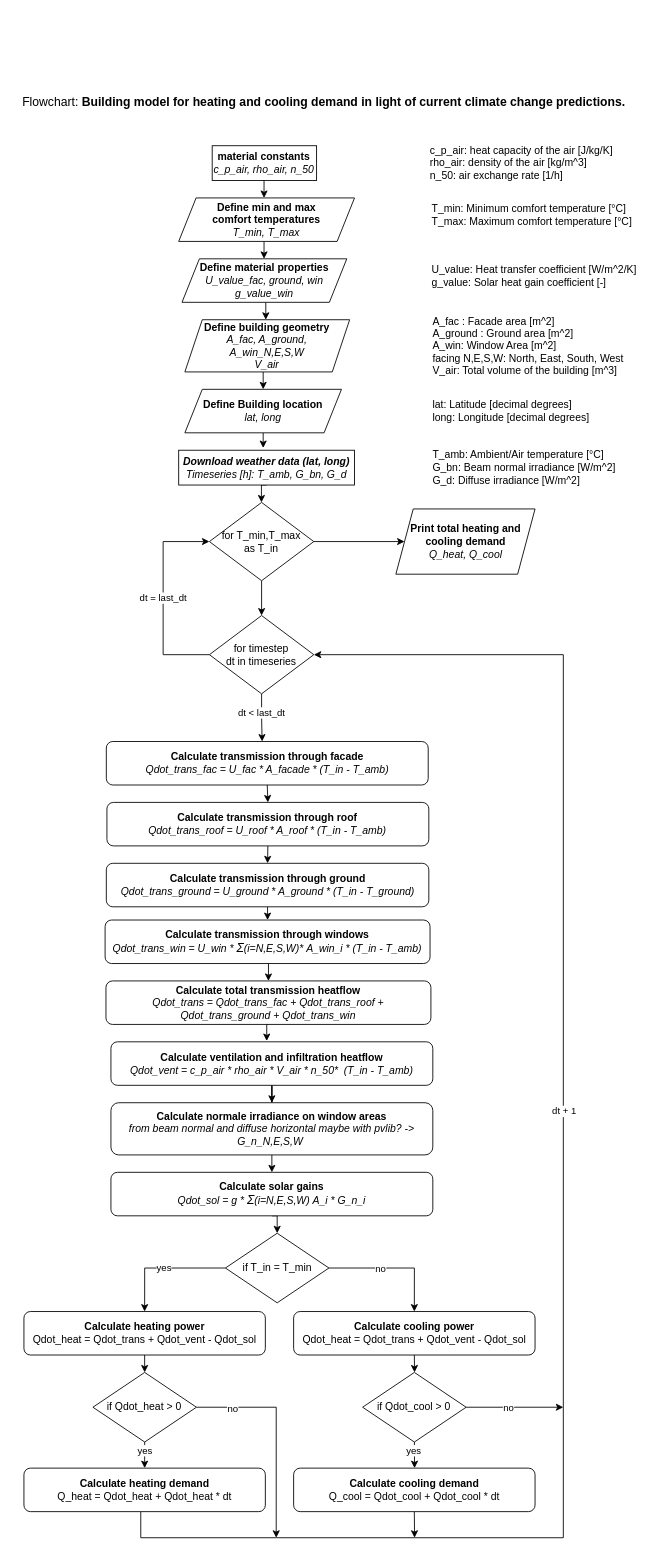
Earlier version of the draw.io diagram docs/flowchart.drawio (Taubenstrohhalm/HeatingDemand). Source tidied: cells renumbered, new cells numbered last; positions are measured from the earlier drawing's top-left corner, leaving out a move shared by most shapes. Both pictures are drawn from the tidied source at 87%, with x=0, y=0 at pixel (15, 93).
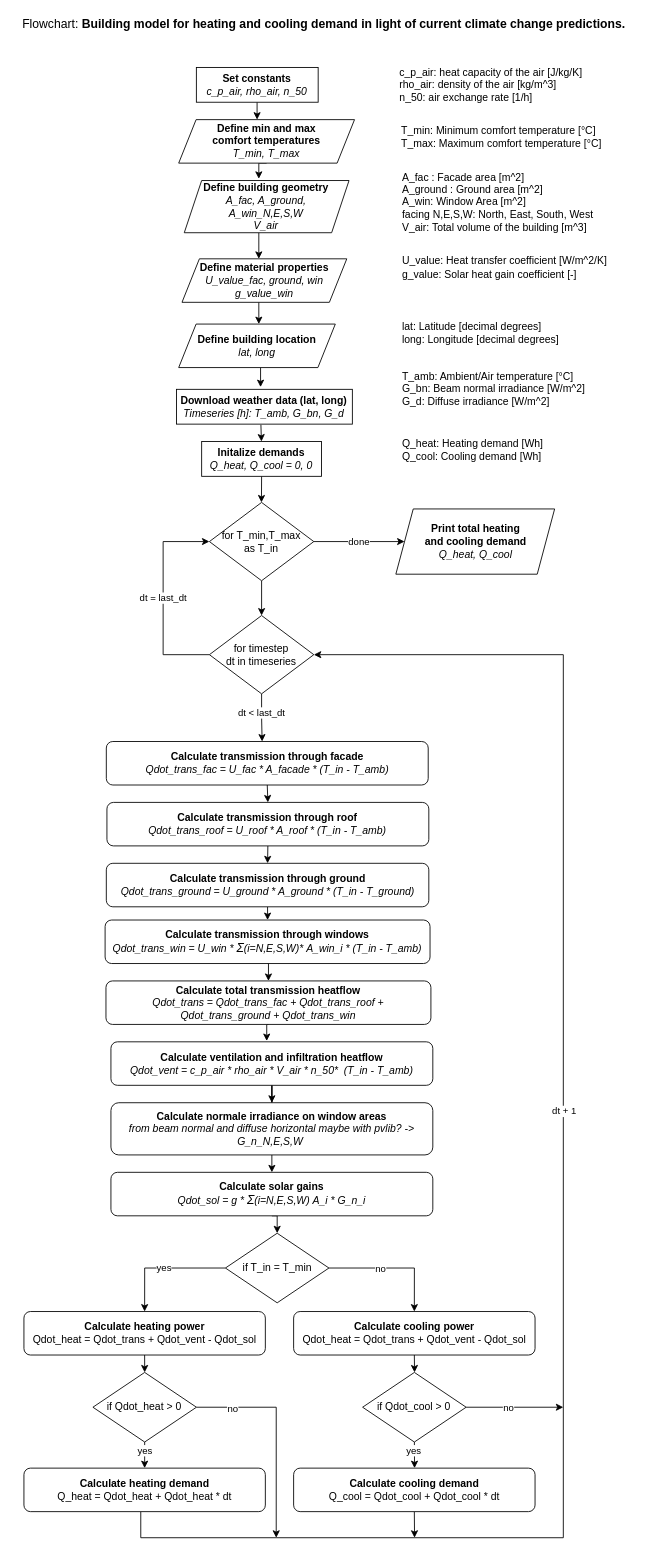
After the change.

Commit message (it also covers changes not shown here):
add: initialization of variables

Unchanged cells that the change refers to:
```xml
<mxCell id="9" value="&lt;b&gt;Define material properties&lt;/b&gt;&lt;br&gt;&lt;i&gt;U_value_fac, ground, win&lt;br&gt;g_value_win&lt;/i&gt;" style="shape=parallelogram;perimeter=parallelogramPerimeter;whiteSpace=wrap;html=1;fixedSize=1;" parent="1" vertex="1">
  <mxGeometry x="191.7" y="190" width="189.4" height="50" as="geometry" />
</mxCell>
<mxCell id="30" value="for T_min,T_max&lt;br&gt;as T_in" style="rhombus;whiteSpace=wrap;html=1;" parent="1" vertex="1">
  <mxGeometry x="223.2" y="470" width="120" height="90" as="geometry" />
</mxCell>
```

What changed in the source:
```diff
@@
-    <mxCell id="2" style="edgeStyle=elbowEdgeStyle;rounded=0;jumpStyle=arc;jumpSize=8;jettySize=auto;html=1;exitX=0.5;exitY=1;exitDx=0;exitDy=0;entryX=0.5;entryY=0;entryDx=0;entryDy=0;" parent="1" edge="1" source="3" target="30">
-      <mxGeometry relative="1" as="geometry">
-        <Array as="points">
-          <mxPoint x="283" y="460" />
-        </Array>
-      </mxGeometry>
-    </mxCell>
+    <mxCell id="67" style="edgeStyle=elbowEdgeStyle;rounded=0;jumpStyle=arc;jumpSize=8;jettySize=auto;html=1;exitX=0.48;exitY=1.018;exitDx=0;exitDy=0;entryX=0.5;entryY=0;entryDx=0;entryDy=0;exitPerimeter=0;" parent="1" edge="1" source="3" target="72">
+      <mxGeometry relative="1" as="geometry">
+        <Array as="points">
+          <mxPoint x="283" y="380" />
+        </Array>
+      </mxGeometry>
+    </mxCell>
-    <mxCell id="3" value="&lt;i&gt;&lt;b&gt;Download weather data (lat, long)&lt;/b&gt;&lt;br&gt;Timeseries [h]: T_amb, G_bn, G_d&lt;/i&gt;" style="rounded=0;whiteSpace=wrap;html=1;fontSize=12;glass=0;strokeWidth=1;shadow=0;" parent="1" vertex="1">
-      <mxGeometry x="187.9" y="410" width="202.1" height="40" as="geometry" />
+    <mxCell id="3" value="&lt;b&gt;Download weather data (lat, long)&lt;/b&gt;&lt;br&gt;&lt;i&gt;Timeseries [h]: T_amb, G_bn, G_d&lt;/i&gt;" style="rounded=0;whiteSpace=wrap;html=1;fontSize=12;glass=0;strokeWidth=1;shadow=0;" parent="1" vertex="1">
+      <mxGeometry x="185.4" y="340" width="202.1" height="40" as="geometry" />
     </mxCell>
     <mxCell id="4" style="edgeStyle=elbowEdgeStyle;rounded=0;jumpStyle=arc;jumpSize=8;jettySize=auto;html=1;entryX=0.48;entryY=-0.064;entryDx=0;entryDy=0;entryPerimeter=0;" parent="1" edge="1" source="5" target="3">
-      <mxGeometry relative="1" as="geometry" />
+      <mxGeometry relative="1" as="geometry">
+        <Array as="points">
+          <mxPoint x="282" y="310" />
+          <mxPoint x="290" y="310" />
+          <mxPoint x="276" y="317" />
+        </Array>
+      </mxGeometry>
     </mxCell>
-    <mxCell id="5" value="&lt;b&gt;Define Building location&lt;br&gt;&lt;/b&gt;&lt;i&gt;lat, long&lt;/i&gt;" style="shape=parallelogram;perimeter=parallelogramPerimeter;whiteSpace=wrap;html=1;fixedSize=1;" parent="1" vertex="1">
-      <mxGeometry x="195" y="340" width="180" height="50" as="geometry" />
+    <mxCell id="5" value="&lt;b&gt;Define building location&lt;br&gt;&lt;/b&gt;&lt;i&gt;lat, long&lt;/i&gt;" style="shape=parallelogram;perimeter=parallelogramPerimeter;whiteSpace=wrap;html=1;fixedSize=1;" parent="1" vertex="1">
+      <mxGeometry x="187.9" y="265" width="180" height="50" as="geometry" />
     </mxCell>
-    <mxCell id="6" style="edgeStyle=elbowEdgeStyle;rounded=0;jumpStyle=arc;jumpSize=8;jettySize=auto;html=1;" parent="1" edge="1" source="7" target="5">
-      <mxGeometry relative="1" as="geometry" />
-    </mxCell>
+    <mxCell id="68" style="edgeStyle=elbowEdgeStyle;rounded=0;jumpStyle=arc;jumpSize=8;jettySize=auto;html=1;" parent="1" edge="1" source="7" target="9">
+      <mxGeometry relative="1" as="geometry">
+        <Array as="points">
+          <mxPoint x="280" y="170" />
+        </Array>
+      </mxGeometry>
+    </mxCell>
     <mxCell id="7" value="&lt;b&gt;Define building geometry&lt;/b&gt;&lt;br&gt;&lt;i&gt;A_fac, A_ground, &lt;br&gt;A_win_N,E,S,W&lt;br&gt;V_air&lt;br&gt;&lt;/i&gt;" style="shape=parallelogram;perimeter=parallelogramPerimeter;whiteSpace=wrap;html=1;fixedSize=1;" parent="1" vertex="1">
-      <mxGeometry x="195" y="260" width="189.4" height="60" as="geometry" />
+      <mxGeometry x="194.3" y="100" width="189.4" height="60" as="geometry" />
     </mxCell>
-    <mxCell id="8" style="edgeStyle=elbowEdgeStyle;rounded=0;jumpStyle=arc;jumpSize=8;jettySize=auto;html=1;" parent="1" edge="1" source="9" target="7">
-      <mxGeometry relative="1" as="geometry" />
-    </mxCell>
+    <mxCell id="69" style="edgeStyle=elbowEdgeStyle;rounded=0;jumpStyle=arc;jumpSize=8;jettySize=auto;html=1;" parent="1" edge="1" source="9" target="5">
+      <mxGeometry relative="1" as="geometry" />
+    </mxCell>
@@
-    <mxCell id="20" style="edgeStyle=elbowEdgeStyle;rounded=0;jumpStyle=arc;jumpSize=8;jettySize=auto;html=1;" parent="1" edge="1" source="21" target="9">
-      <mxGeometry relative="1" as="geometry" />
-    </mxCell>
+    <mxCell id="70" style="edgeStyle=elbowEdgeStyle;rounded=0;jumpStyle=arc;jumpSize=8;jettySize=auto;html=1;exitX=0.5;exitY=1;exitDx=0;exitDy=0;" parent="1" edge="1" source="21">
+      <mxGeometry relative="1" as="geometry">
+        <mxPoint x="280" y="98" as="targetPoint" />
+        <Array as="points">
+          <mxPoint x="280" y="90" />
+        </Array>
+      </mxGeometry>
+    </mxCell>
     <mxCell id="21" value="&lt;b&gt;Define min and max &lt;br&gt;comfort temperatures&lt;br&gt;&lt;/b&gt;&lt;i&gt;T_min, T_max&lt;/i&gt;" style="shape=parallelogram;perimeter=parallelogramPerimeter;whiteSpace=wrap;html=1;fixedSize=1;" parent="1" vertex="1">
-      <mxGeometry x="187.9" y="120" width="202.1" height="50" as="geometry" />
+      <mxGeometry x="187.9" y="30" width="202.1" height="50" as="geometry" />
     </mxCell>
@@
-    <mxCell id="28" style="edgeStyle=orthogonalEdgeStyle;rounded=0;jettySize=auto;html=1;exitX=1;exitY=0.5;exitDx=0;exitDy=0;entryX=0;entryY=0.5;entryDx=0;entryDy=0;" parent="1" edge="1" source="30" target="31">
+    <mxCell id="28" value="done" style="edgeStyle=orthogonalEdgeStyle;rounded=0;jettySize=auto;html=1;exitX=1;exitY=0.5;exitDx=0;exitDy=0;entryX=0;entryY=0.5;entryDx=0;entryDy=0;" parent="1" edge="1" source="30" target="31">
       <mxGeometry relative="1" as="geometry" />
     </mxCell>
@@
-    <mxCell id="31" value="&lt;b&gt;Print total heating and cooling demand&lt;/b&gt;&lt;br&gt;&lt;i&gt;Q_heat, Q_cool&lt;/i&gt;" style="shape=parallelogram;perimeter=parallelogramPerimeter;whiteSpace=wrap;html=1;fixedSize=1;" parent="1" vertex="1">
-      <mxGeometry x="437.5" y="477.5" width="160" height="75" as="geometry" />
+    <mxCell id="31" value="&lt;b&gt;Print total heating &lt;br&gt;and cooling demand&lt;/b&gt;&lt;br&gt;&lt;i&gt;Q_heat, Q_cool&lt;/i&gt;" style="shape=parallelogram;perimeter=parallelogramPerimeter;whiteSpace=wrap;html=1;fixedSize=1;" parent="1" vertex="1">
+      <mxGeometry x="437.5" y="477.5" width="182.5" height="75" as="geometry" />
     </mxCell>
@@
-    <mxCell id="42" value="&lt;b&gt;material constants&lt;br&gt;&lt;/b&gt;&lt;i&gt;c_p_air, rho_air, n_50&lt;/i&gt;" style="rounded=0;whiteSpace=wrap;html=1;" parent="1" vertex="1">
-      <mxGeometry x="226.4" y="60" width="120" height="40" as="geometry" />
+    <mxCell id="42" value="&lt;b&gt;Set constants&lt;br&gt;&lt;/b&gt;&lt;i&gt;c_p_air, rho_air, n_50&lt;/i&gt;" style="rounded=0;whiteSpace=wrap;html=1;" parent="1" vertex="1">
+      <mxGeometry x="208.2" y="-30" width="140" height="40" as="geometry" />
     </mxCell>
@@
     <mxCell id="60" value="&lt;span&gt;A_fac : Facade area [m^2]&lt;/span&gt;&lt;br&gt;A_ground : Ground area [m^2]&lt;br&gt;A_win: Window Area [m^2]&lt;br&gt;facing N,E,S,W: North, East, South, West&lt;br&gt;V_air: Total volume of the building [m^3]" style="text;html=1;strokeColor=none;fillColor=none;align=left;verticalAlign=middle;whiteSpace=wrap;rounded=0;" parent="1" vertex="1">
-      <mxGeometry x="477.9" y="255" width="235.5" height="70" as="geometry" />
+      <mxGeometry x="443.2" y="90" width="235.5" height="70" as="geometry" />
     </mxCell>
     <mxCell id="61" value="lat: Latitude [decimal degrees]&lt;br&gt;long: Longitude [decimal degrees]" style="text;html=1;strokeColor=none;fillColor=none;align=left;verticalAlign=middle;whiteSpace=wrap;rounded=0;" parent="1" vertex="1">
-      <mxGeometry x="477.9" y="355" width="212.1" height="20" as="geometry" />
+      <mxGeometry x="443.2" y="265" width="212.1" height="20" as="geometry" />
     </mxCell>
     <mxCell id="62" value="T_amb: Ambient/Air temperature [°C] G_bn: Beam normal irradiance [W/m^2]&lt;br&gt;G_d: Diffuse irradiance [W/m^2]" style="text;html=1;strokeColor=none;fillColor=none;align=left;verticalAlign=middle;whiteSpace=wrap;rounded=0;" parent="1" vertex="1">
-      <mxGeometry x="477.9" y="410" width="215.5" height="40" as="geometry" />
+      <mxGeometry x="443.2" y="320" width="215.5" height="40" as="geometry" />
     </mxCell>
     <mxCell id="63" value="&lt;span&gt;c_p_air: heat capacity of the air [J/kg/K]&lt;/span&gt;&lt;br&gt;rho_air: density of the air [kg/m^3]&lt;br&gt;n_50: air exchange rate [1/h]" style="text;html=1;strokeColor=none;fillColor=none;align=left;verticalAlign=middle;whiteSpace=wrap;rounded=0;" parent="1" vertex="1">
-      <mxGeometry x="474.7" y="60" width="235.5" height="40" as="geometry" />
+      <mxGeometry x="440" y="-30" width="235.5" height="40" as="geometry" />
     </mxCell>
     <mxCell id="64" value="T_min: Minimum comfort temperature [°C]&lt;br&gt;T_max: Maximum comfort temperature [°C]" style="text;html=1;strokeColor=none;fillColor=none;align=left;verticalAlign=middle;whiteSpace=wrap;rounded=0;" parent="1" vertex="1">
-      <mxGeometry x="476.9" y="120" width="235.5" height="40" as="geometry" />
+      <mxGeometry x="442.2" y="30" width="235.5" height="40" as="geometry" />
     </mxCell>
     <mxCell id="65" value="U_value: Heat transfer coefficient [W/m^2/K]&lt;br&gt;g_value: Solar heat gain coefficient [-]" style="text;html=1;strokeColor=none;fillColor=none;align=left;verticalAlign=middle;whiteSpace=wrap;rounded=0;" parent="1" vertex="1">
-      <mxGeometry x="476.9" y="190" width="253.1" height="40" as="geometry" />
+      <mxGeometry x="443.2" y="180" width="253.1" height="40" as="geometry" />
     </mxCell>
     <mxCell id="66" value="&lt;div style=&quot;text-align: left&quot;&gt;&lt;span style=&quot;font-size: 14px&quot;&gt;Flowchart:&amp;nbsp;&lt;/span&gt;&lt;b style=&quot;font-size: 14px&quot;&gt;Building model for heating and cooling demand&amp;nbsp;in light of current climate change predictions.&lt;/b&gt;&lt;/div&gt;" style="text;html=1;strokeColor=none;fillColor=none;align=center;verticalAlign=middle;whiteSpace=wrap;rounded=0;" parent="1" vertex="1">
-      <mxGeometry width="710" height="20" as="geometry" />
+      <mxGeometry y="-90" width="710" height="20" as="geometry" />
     </mxCell>
+    <mxCell id="71" style="edgeStyle=elbowEdgeStyle;rounded=0;jumpStyle=arc;jumpSize=8;jettySize=auto;html=1;exitX=0.5;exitY=1;exitDx=0;exitDy=0;entryX=0.5;entryY=0;entryDx=0;entryDy=0;" parent="1" edge="1" source="72" target="30">
+      <mxGeometry relative="1" as="geometry">
+        <Array as="points">
+          <mxPoint x="283" y="450" />
+        </Array>
+      </mxGeometry>
+    </mxCell>
+    <mxCell id="72" value="&lt;b&gt;Initalize demands&lt;/b&gt;&lt;br&gt;&lt;i&gt;Q_heat, Q_cool = 0, 0&lt;/i&gt;" style="rounded=0;whiteSpace=wrap;html=1;fontSize=12;glass=0;strokeWidth=1;shadow=0;" parent="1" vertex="1">
+      <mxGeometry x="214.3" y="400" width="137.8" height="40" as="geometry" />
+    </mxCell>
+    <mxCell id="73" value="Q_heat: Heating demand [Wh]&lt;br&gt;Q_cool: Cooling demand [Wh]" style="text;html=1;strokeColor=none;fillColor=none;align=left;verticalAlign=middle;whiteSpace=wrap;rounded=0;" parent="1" vertex="1">
+      <mxGeometry x="443.2" y="390" width="215.5" height="40" as="geometry" />
+    </mxCell>
```
